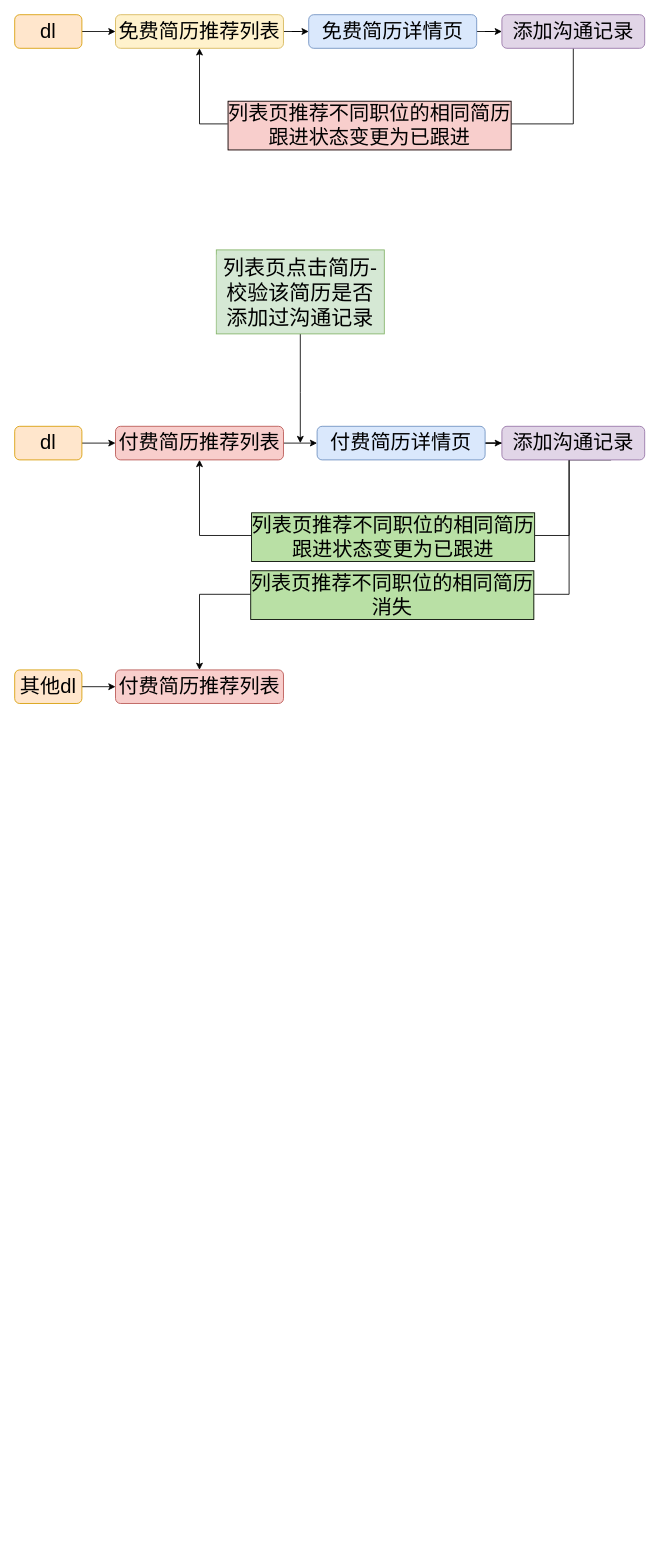
Above: 邀约管理优化策略迭代.drawio in LuOyEbY/draw-b (draw.io), before the change. Source tidied: cells renumbered, new cells numbered last; positions are measured from the earlier drawing's top-left corner, leaving out a move shared by most shapes. Both pictures are drawn from the tidied source at 84%, with x=0, y=0 at pixel (14, 14).
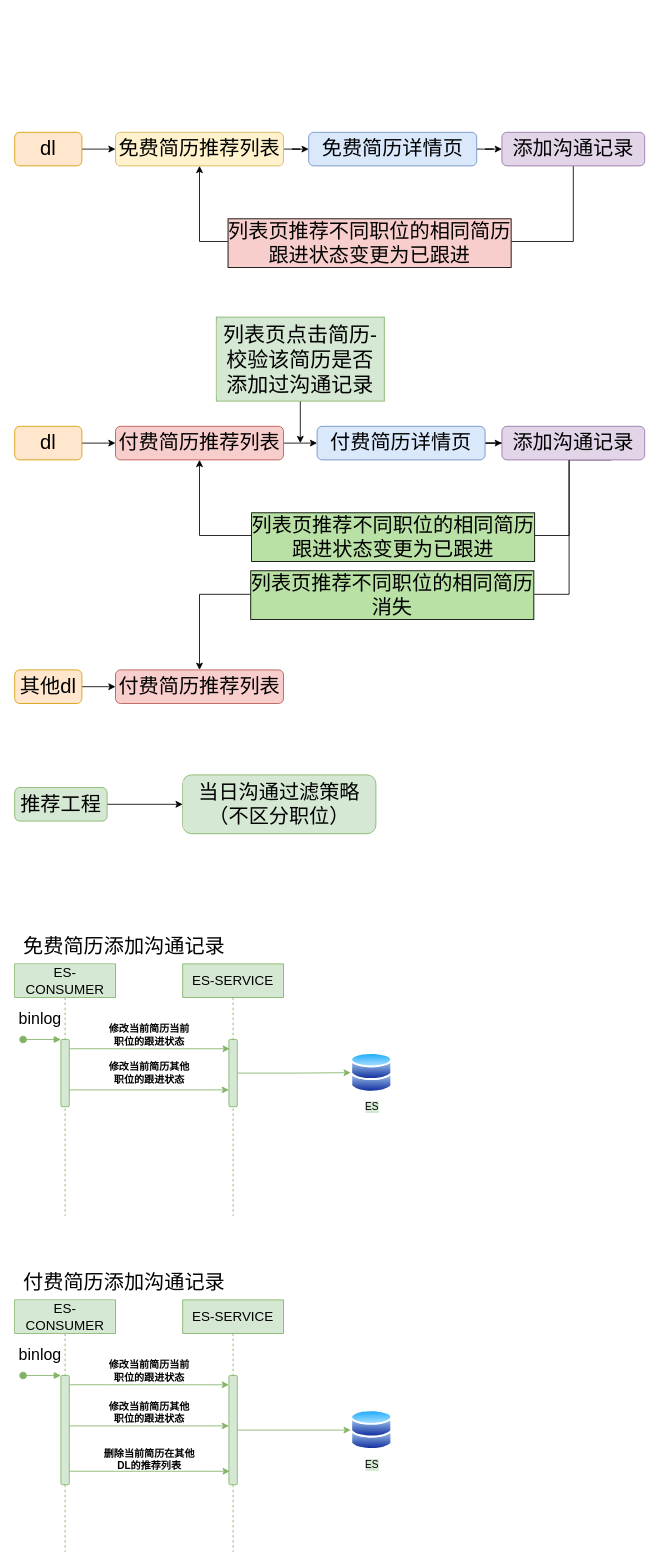
Above is the later version.

Commit message:
更新邀约管理优化策略迭代.drawio

What changed in the source:
```diff
@@
     <mxCell id="3" value="dl" style="rounded=1;whiteSpace=wrap;html=1;fontSize=24;fillColor=#ffe6cc;strokeColor=#d79b00;" parent="1" vertex="1">
-      <mxGeometry width="80" height="40" as="geometry" />
+      <mxGeometry y="140" width="80" height="40" as="geometry" />
     </mxCell>
@@
     <mxCell id="5" value="免费简历推荐列表" style="rounded=1;whiteSpace=wrap;html=1;fontSize=24;fillColor=#fff2cc;strokeColor=#d6b656;" parent="1" vertex="1">
-      <mxGeometry x="120" width="200" height="40" as="geometry" />
+      <mxGeometry x="120" y="140" width="200" height="40" as="geometry" />
     </mxCell>
@@
     <mxCell id="7" value="免费简历详情页" style="rounded=1;whiteSpace=wrap;html=1;fontSize=24;fillColor=#dae8fc;strokeColor=#6c8ebf;" parent="1" vertex="1">
-      <mxGeometry x="350" width="200" height="40" as="geometry" />
+      <mxGeometry x="350" y="140" width="200" height="40" as="geometry" />
     </mxCell>
     <mxCell id="8" style="edgeStyle=orthogonalEdgeStyle;rounded=0;jettySize=auto;html=1;entryX=0.5;entryY=1;entryDx=0;entryDy=0;fontSize=24;" parent="1" edge="1" source="10" target="5">
       <mxGeometry relative="1" as="geometry">
         <Array as="points">
-          <mxPoint x="665" y="130" />
-          <mxPoint x="220" y="130" />
+          <mxPoint x="665" y="270" />
+          <mxPoint x="220" y="270" />
         </Array>
       </mxGeometry>
     </mxCell>
@@
     <mxCell id="10" value="添加沟通记录" style="rounded=1;whiteSpace=wrap;html=1;fontSize=24;fillColor=#e1d5e7;strokeColor=#9673a6;" parent="1" vertex="1">
-      <mxGeometry x="580" width="170" height="40" as="geometry" />
+      <mxGeometry x="580" y="140" width="170" height="40" as="geometry" />
     </mxCell>
@@
     <mxCell id="26" value="列表页点击简历-校验该简历是否添加过沟通记录" style="rounded=0;whiteSpace=wrap;html=1;labelBackgroundColor=#D5E8D4;labelBorderColor=none;fontSize=25;fillColor=#d5e8d4;strokeColor=#82b366;" parent="1" vertex="1">
-      <mxGeometry x="240" y="280" width="200" height="100" as="geometry" />
+      <mxGeometry x="240" y="360" width="200" height="100" as="geometry" />
     </mxCell>
+    <mxCell id="27" value="ES-CONSUMER" style="shape=umlLifeline;perimeter=lifelinePerimeter;whiteSpace=wrap;html=1;rounded=0;fontFamily=Helvetica;fontSize=16;strokeColor=#82b366;fillColor=#d5e8d4;labelBackgroundColor=#D5E8D4;labelBorderColor=none;" parent="1" vertex="1">
+      <mxGeometry y="1130" width="120" height="300" as="geometry" />
+    </mxCell>
+    <mxCell id="28" style="html=1;points=[];perimeter=orthogonalPerimeter;rounded=1;fontFamily=Helvetica;fontSize=19;strokeColor=#82b366;fillColor=#d5e8d4;labelBackgroundColor=#D5E8D4;labelBorderColor=none;" parent="27" vertex="1">
+      <mxGeometry x="55" y="90" width="10" height="80" as="geometry" />
+    </mxCell>
+    <mxCell id="29" value="binlog" style="html=1;verticalAlign=bottom;startArrow=oval;endArrow=block;startSize=8;rounded=0;fontFamily=Helvetica;fontSize=19;fontColor=default;fillColor=#d5e8d4;strokeColor=#82b366;" parent="27" edge="1" target="28">
+      <mxGeometry x="-0.11" y="10" relative="1" as="geometry">
+        <mxPoint x="10" y="90" as="sourcePoint" />
+      </mxGeometry>
+    </mxCell>
+    <mxCell id="30" value="ES-SERVICE" style="shape=umlLifeline;perimeter=lifelinePerimeter;whiteSpace=wrap;html=1;rounded=0;fontFamily=Helvetica;fontSize=16;strokeColor=#82b366;fillColor=#d5e8d4;labelBackgroundColor=#D5E8D4;labelBorderColor=none;" parent="1" vertex="1">
+      <mxGeometry x="200" y="1130" width="120" height="300" as="geometry" />
+    </mxCell>
+    <mxCell id="31" style="html=1;points=[];perimeter=orthogonalPerimeter;rounded=1;fontFamily=Helvetica;fontSize=19;strokeColor=#82b366;fillColor=#d5e8d4;labelBackgroundColor=#D5E8D4;labelBorderColor=none;" parent="30" vertex="1">
+      <mxGeometry x="55" y="90" width="10" height="80" as="geometry" />
+    </mxCell>
+    <mxCell id="32" style="edgeStyle=orthogonalEdgeStyle;rounded=0;jettySize=auto;html=1;entryX=0.1;entryY=0.138;entryDx=0;entryDy=0;entryPerimeter=0;fontSize=25;fillColor=#d5e8d4;strokeColor=#82b366;" parent="1" edge="1" source="28" target="31">
+      <mxGeometry relative="1" as="geometry">
+        <Array as="points">
+          <mxPoint x="120" y="1231" />
+          <mxPoint x="120" y="1231" />
+        </Array>
+      </mxGeometry>
+    </mxCell>
+    <mxCell id="33" value="修改当前简历当前&lt;br&gt;职位的跟进状态" style="text;html=1;align=center;verticalAlign=middle;strokeColor=none;fillColor=none;fontSize=12;fontStyle=1;" parent="1" vertex="1">
+      <mxGeometry x="100" y="1195" width="120" height="40" as="geometry" />
+    </mxCell>
+    <mxCell id="34" value="ES&lt;br&gt;" style="perimeter=ellipsePerimeter;html=1;align=center;shadow=0;dashed=0;spacingTop=3;image;image=img/lib/active_directory/databases.svg;rounded=0;labelBackgroundColor=#D5E8D4;labelBorderColor=none;fontSize=12;" parent="1" vertex="1">
+      <mxGeometry x="400" y="1235" width="50" height="49" as="geometry" />
+    </mxCell>
+    <mxCell id="35" style="edgeStyle=orthogonalEdgeStyle;rounded=0;jettySize=auto;html=1;entryX=0;entryY=0.5;entryDx=0;entryDy=0;fontSize=12;fillColor=#d5e8d4;strokeColor=#82b366;" parent="1" edge="1" source="31" target="34">
+      <mxGeometry relative="1" as="geometry" />
+    </mxCell>
+    <mxCell id="36" style="edgeStyle=orthogonalEdgeStyle;rounded=0;jettySize=auto;html=1;fontSize=12;entryX=0;entryY=0.75;entryDx=0;entryDy=0;entryPerimeter=0;fillColor=#d5e8d4;strokeColor=#82b366;" parent="1" edge="1" source="28" target="31">
+      <mxGeometry relative="1" as="geometry">
+        <Array as="points">
+          <mxPoint x="110" y="1280" />
+          <mxPoint x="110" y="1280" />
+        </Array>
+      </mxGeometry>
+    </mxCell>
+    <mxCell id="37" value="修改当前简历其他&lt;br&gt;职位的跟进状态" style="text;html=1;align=center;verticalAlign=middle;strokeColor=none;fillColor=none;fontSize=12;fontStyle=1;" parent="1" vertex="1">
+      <mxGeometry x="100" y="1239.5" width="120" height="40" as="geometry" />
+    </mxCell>
+    <mxCell id="38" value="免费简历添加沟通记录" style="text;html=1;align=center;verticalAlign=middle;strokeColor=none;fillColor=none;fontSize=24;" parent="1" vertex="1">
+      <mxGeometry y="1090" width="260" height="40" as="geometry" />
+    </mxCell>
+    <mxCell id="39" value="ES-CONSUMER" style="shape=umlLifeline;perimeter=lifelinePerimeter;whiteSpace=wrap;html=1;rounded=0;fontFamily=Helvetica;fontSize=16;strokeColor=#82b366;fillColor=#d5e8d4;labelBackgroundColor=#D5E8D4;labelBorderColor=none;" parent="1" vertex="1">
+      <mxGeometry y="1530" width="120" height="300" as="geometry" />
+    </mxCell>
+    <mxCell id="40" style="html=1;points=[];perimeter=orthogonalPerimeter;rounded=1;fontFamily=Helvetica;fontSize=19;strokeColor=#82b366;fillColor=#d5e8d4;labelBackgroundColor=#D5E8D4;labelBorderColor=none;" parent="39" vertex="1">
+      <mxGeometry x="55" y="90" width="10" height="130" as="geometry" />
+    </mxCell>
+    <mxCell id="41" value="binlog" style="html=1;verticalAlign=bottom;startArrow=oval;endArrow=block;startSize=8;rounded=0;fontFamily=Helvetica;fontSize=19;fontColor=default;fillColor=#d5e8d4;strokeColor=#82b366;" parent="39" edge="1" target="40">
+      <mxGeometry x="-0.11" y="10" relative="1" as="geometry">
+        <mxPoint x="10" y="90" as="sourcePoint" />
+      </mxGeometry>
+    </mxCell>
+    <mxCell id="42" value="ES-SERVICE" style="shape=umlLifeline;perimeter=lifelinePerimeter;whiteSpace=wrap;html=1;rounded=0;fontFamily=Helvetica;fontSize=16;strokeColor=#82b366;fillColor=#d5e8d4;labelBackgroundColor=#D5E8D4;labelBorderColor=none;" parent="1" vertex="1">
+      <mxGeometry x="200" y="1530" width="120" height="300" as="geometry" />
+    </mxCell>
+    <mxCell id="43" style="html=1;points=[];perimeter=orthogonalPerimeter;rounded=1;fontFamily=Helvetica;fontSize=19;strokeColor=#82b366;fillColor=#d5e8d4;labelBackgroundColor=#D5E8D4;labelBorderColor=none;" parent="42" vertex="1">
+      <mxGeometry x="55" y="90" width="10" height="130" as="geometry" />
+    </mxCell>
+    <mxCell id="44" value="修改当前简历当前&lt;br&gt;职位的跟进状态" style="text;html=1;align=center;verticalAlign=middle;strokeColor=none;fillColor=none;fontSize=12;fontStyle=1;" parent="1" vertex="1">
+      <mxGeometry x="100" y="1595" width="120" height="40" as="geometry" />
+    </mxCell>
+    <mxCell id="45" value="ES&lt;br&gt;" style="perimeter=ellipsePerimeter;html=1;align=center;shadow=0;dashed=0;spacingTop=3;image;image=img/lib/active_directory/databases.svg;rounded=0;labelBackgroundColor=#D5E8D4;labelBorderColor=none;fontSize=12;" parent="1" vertex="1">
+      <mxGeometry x="400" y="1660.5" width="50" height="49" as="geometry" />
+    </mxCell>
+    <mxCell id="46" style="edgeStyle=orthogonalEdgeStyle;rounded=0;jettySize=auto;html=1;entryX=0;entryY=0.5;entryDx=0;entryDy=0;fontSize=12;fillColor=#d5e8d4;strokeColor=#82b366;" parent="1" edge="1" source="43" target="45">
+      <mxGeometry relative="1" as="geometry" />
+    </mxCell>
+    <mxCell id="47" style="edgeStyle=orthogonalEdgeStyle;rounded=0;jettySize=auto;html=1;fontSize=12;fillColor=#d5e8d4;strokeColor=#82b366;" parent="1" edge="1" source="40">
+      <mxGeometry relative="1" as="geometry">
+        <mxPoint x="255" y="1680" as="targetPoint" />
+        <Array as="points">
+          <mxPoint x="110" y="1680" />
+          <mxPoint x="110" y="1680" />
+        </Array>
+      </mxGeometry>
+    </mxCell>
+    <mxCell id="48" value="修改当前简历其他&lt;br&gt;职位的跟进状态" style="text;html=1;align=center;verticalAlign=middle;strokeColor=none;fillColor=none;fontSize=12;fontStyle=1;" parent="1" vertex="1">
+      <mxGeometry x="100" y="1644" width="120" height="40" as="geometry" />
+    </mxCell>
+    <mxCell id="49" value="付费简历添加沟通记录" style="text;html=1;align=center;verticalAlign=middle;strokeColor=none;fillColor=none;fontSize=24;" parent="1" vertex="1">
+      <mxGeometry y="1490" width="260" height="40" as="geometry" />
+    </mxCell>
+    <mxCell id="50" style="edgeStyle=orthogonalEdgeStyle;rounded=0;jettySize=auto;html=1;entryX=0;entryY=0.085;entryDx=0;entryDy=0;entryPerimeter=0;fontSize=24;fillColor=#d5e8d4;strokeColor=#82b366;" parent="1" edge="1" source="40" target="43">
+      <mxGeometry relative="1" as="geometry">
+        <Array as="points">
+          <mxPoint x="110" y="1631" />
+          <mxPoint x="110" y="1631" />
+        </Array>
+      </mxGeometry>
+    </mxCell>
+    <mxCell id="51" style="edgeStyle=orthogonalEdgeStyle;rounded=0;jettySize=auto;html=1;entryX=0.1;entryY=0.877;entryDx=0;entryDy=0;entryPerimeter=0;fontSize=24;fillColor=#d5e8d4;strokeColor=#82b366;" parent="1" edge="1" source="40" target="43">
+      <mxGeometry relative="1" as="geometry">
+        <Array as="points">
+          <mxPoint x="110" y="1734" />
+          <mxPoint x="110" y="1734" />
+        </Array>
+      </mxGeometry>
+    </mxCell>
+    <mxCell id="52" value="删除当前简历在其他&lt;br&gt;DL的推荐列表" style="text;html=1;align=center;verticalAlign=middle;strokeColor=none;fillColor=none;fontSize=12;fontStyle=1;" parent="1" vertex="1">
+      <mxGeometry x="95" y="1700" width="130" height="40" as="geometry" />
+    </mxCell>
+    <mxCell id="53" style="edgeStyle=orthogonalEdgeStyle;rounded=0;jettySize=auto;html=1;fontSize=24;" parent="1" edge="1" source="54" target="55">
+      <mxGeometry relative="1" as="geometry" />
+    </mxCell>
+    <mxCell id="54" value="推荐工程" style="rounded=1;whiteSpace=wrap;html=1;labelBackgroundColor=#D5E8D4;labelBorderColor=none;fontSize=24;fillColor=#d5e8d4;strokeColor=#82b366;" parent="1" vertex="1">
+      <mxGeometry y="920" width="110" height="40" as="geometry" />
+    </mxCell>
+    <mxCell id="55" value="当日沟通过滤策略（不区分职位）" style="rounded=1;whiteSpace=wrap;html=1;labelBackgroundColor=#D5E8D4;labelBorderColor=none;fontSize=24;fillColor=#d5e8d4;strokeColor=#82b366;" parent="1" vertex="1">
+      <mxGeometry x="200" y="905" width="230" height="70" as="geometry" />
+    </mxCell>
```
